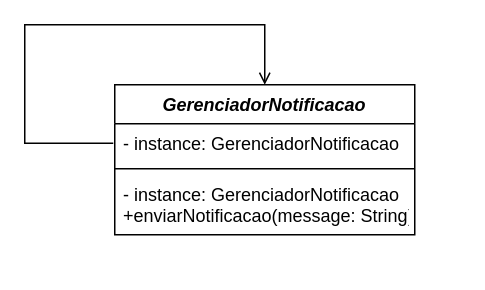
Before: Engenharia lll/Singleton/DiagramaClasses/singleton.drawio in NicolasPereira06/bertoti, a draw.io diagram. Source tidied: cells renumbered, new cells numbered last; positions are measured from the earlier drawing's top-left corner, leaving out a move shared by most shapes. Both pictures are drawn from the tidied source at 150%, with x=0, y=0 at pixel (24, 24).
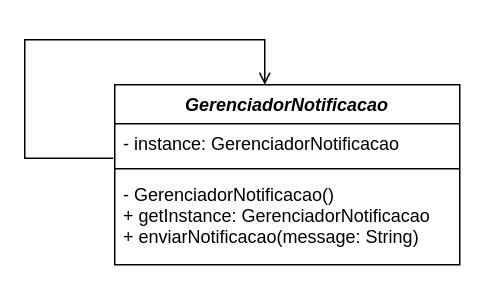
Above is the later version.

What changed in the source:
```diff
@@
 <mxGraphModel>
   <root>
     <mxCell id="0" />
     <mxCell id="1" parent="0" />
     <mxCell id="2" value="GerenciadorNotificacao&#10;" style="swimlane;fontStyle=3;align=center;verticalAlign=top;horizontal=1;startSize=26;rounded=0;shadow=0;strokeWidth=1;" parent="1" vertex="1">
-      <mxGeometry x="60" y="40" width="200" height="100" as="geometry" />
+      <mxGeometry x="60" y="40" width="230" height="120" as="geometry" />
     </mxCell>
     <mxCell id="3" value="- instance: GerenciadorNotificacao" style="text;align=left;verticalAlign=top;spacingLeft=4;spacingRight=4;overflow=hidden;" parent="2" vertex="1">
-      <mxGeometry y="26" width="200" height="26" as="geometry" />
+      <mxGeometry y="26" width="230" height="26" as="geometry" />
     </mxCell>
     <mxCell id="4" style="line;html=1;strokeWidth=1;align=left;verticalAlign=middle;spacingTop=-1;spacingLeft=3;spacingRight=3;labelPosition=right;" parent="2" vertex="1">
-      <mxGeometry y="52" width="200" height="8" as="geometry" />
+      <mxGeometry y="52" width="230" height="8" as="geometry" />
     </mxCell>
-    <mxCell id="5" value="- instance: GerenciadorNotificacao&#10;+enviarNotificacao(message: String)" style="text;align=left;verticalAlign=top;spacingLeft=4;spacingRight=4;overflow=hidden;" parent="2" vertex="1">
-      <mxGeometry y="60" width="200" height="40" as="geometry" />
+    <mxCell id="5" value="- GerenciadorNotificacao()&#10;+ getInstance: GerenciadorNotificacao&#10;+ enviarNotificacao(message: String)" style="text;align=left;verticalAlign=top;spacingLeft=4;spacingRight=4;overflow=hidden;" parent="2" vertex="1">
+      <mxGeometry y="60" width="230" height="60" as="geometry" />
     </mxCell>
-    <mxCell id="6" style="endArrow=open;shadow=0;strokeWidth=1;rounded=0;endFill=1;edgeStyle=orthogonalEdgeStyle;exitX=0;exitY=0.5;exitDx=0;exitDy=0;entryX=0.5;entryY=0;entryDx=0;entryDy=0;" parent="1" edge="1" target="2">
+    <mxCell id="6" style="endArrow=open;shadow=0;strokeWidth=1;rounded=0;endFill=1;edgeStyle=orthogonalEdgeStyle;exitX=0;exitY=0.5;exitDx=0;exitDy=0;" parent="1" edge="1">
       <mxGeometry x="0.5" y="41" relative="1" as="geometry">
-        <mxPoint x="59" y="79" as="sourcePoint" />
+        <mxPoint x="59" y="89" as="sourcePoint" />
+        <mxPoint x="160" y="40" as="targetPoint" />
         <Array as="points">
-          <mxPoint y="79" />
-          <mxPoint />
-          <mxPoint x="160" />
+          <mxPoint y="89" />
+          <mxPoint y="10" />
+          <mxPoint x="160" y="10" />
         </Array>
         <mxPoint x="-40" y="32" as="offset" />
       </mxGeometry>
     </mxCell>
   </root>
 </mxGraphModel>
```
